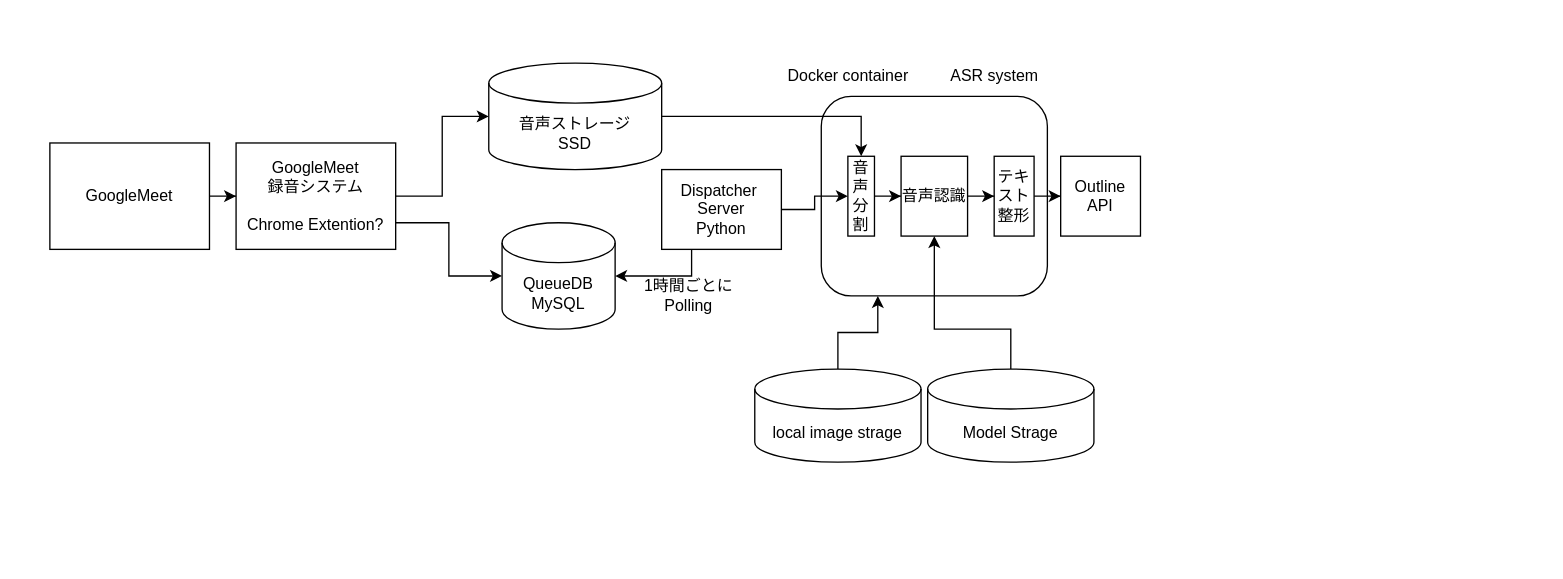
TUT-SLP-lab/semi_asr_system keeps this draw.io diagram as page "システム概要図" (1 of 3) of doc/ASRsystem.drawio. Above is the earlier version. Source tidied: cells renumbered, new cells numbered last; positions are measured from the earlier drawing's top-left corner, leaving out a move shared by most shapes. Both pictures are drawn from the tidied source at 133%, with x=0, y=0 at pixel (49, 63).
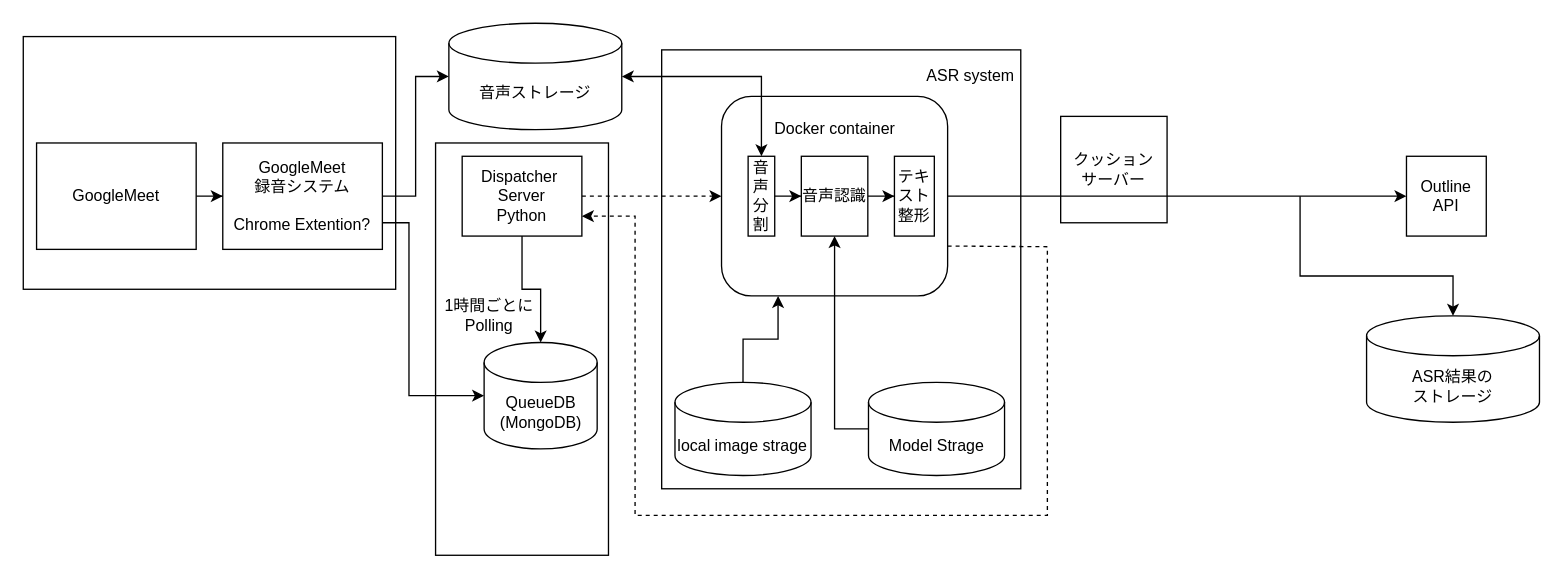
Above is the later version.

Diff of the diagram source:
```diff
@@
+    <mxCell id="28" style="rounded=0;whiteSpace=wrap;html=1;fillColor=none;" parent="1" vertex="1">
+      <mxGeometry x="290" y="60" width="130" height="310" as="geometry" />
+    </mxCell>
+    <mxCell id="29" style="group;" parent="1" vertex="1">
+      <mxGeometry x="460" y="-10" width="270" height="330" as="geometry" />
+    </mxCell>
+    <mxCell id="30" style="rounded=0;whiteSpace=wrap;html=1;fillColor=none;" parent="29" vertex="1">
+      <mxGeometry width="270" height="330" as="geometry" />
+    </mxCell>
+    <mxCell id="6" value="ASR system" style="text;html=1;align=center;verticalAlign=middle;strokeColor=none;fillColor=none;" parent="29" vertex="1">
+      <mxGeometry x="192.3" y="10" width="80" height="20" as="geometry" />
+    </mxCell>
+    <mxCell id="31" style="group;" parent="29" vertex="1">
+      <mxGeometry x="155.5" y="250" width="102.3" height="70" as="geometry" />
+    </mxCell>
+    <mxCell id="32" style="group;" parent="31" vertex="1">
+      <mxGeometry width="102.3" height="70" as="geometry" />
+    </mxCell>
+    <mxCell id="24" value="Model Strage" style="shape=cylinder3;whiteSpace=wrap;html=1;boundedLbl=1;backgroundOutline=1;size=15;" parent="32" vertex="1">
+      <mxGeometry width="102.3" height="70" as="geometry" />
+    </mxCell>
+    <mxCell id="33" style="group;" parent="29" vertex="1">
+      <mxGeometry x="10" y="250" width="102.3" height="70" as="geometry" />
+    </mxCell>
+    <mxCell id="18" value="local image strage" style="shape=cylinder3;whiteSpace=wrap;html=1;boundedLbl=1;backgroundOutline=1;size=15;" parent="33" vertex="1">
+      <mxGeometry width="102.3" height="70" as="geometry" />
+    </mxCell>
+    <mxCell id="34" style="edgeStyle=orthogonalEdgeStyle;rounded=0;jettySize=auto;html=1;entryX=0;entryY=0.5;entryDx=0;entryDy=0;dashed=1;" parent="1" edge="1" source="3" target="5">
+      <mxGeometry relative="1" as="geometry" />
+    </mxCell>
-    <mxCell id="2" style="edgeStyle=orthogonalEdgeStyle;rounded=0;jettySize=auto;html=1;exitX=0.25;exitY=1;exitDx=0;exitDy=0;entryX=1;entryY=0.5;entryDx=0;entryDy=0;entryPerimeter=0;" parent="1" edge="1" source="3" target="7">
+    <mxCell id="2" style="edgeStyle=orthogonalEdgeStyle;rounded=0;jettySize=auto;html=1;entryX=0.5;entryY=0;entryDx=0;entryDy=0;entryPerimeter=0;startArrow=none;startFill=0;" parent="1" edge="1" source="3" target="7">
       <mxGeometry relative="1" as="geometry" />
     </mxCell>
     <mxCell id="3" value="Dispatcher&amp;nbsp;&lt;br&gt;Server&lt;br&gt;Python" style="rounded=0;whiteSpace=wrap;html=1;" parent="1" vertex="1">
-      <mxGeometry x="460" y="80" width="90" height="60" as="geometry" />
+      <mxGeometry x="310" y="70" width="90" height="60" as="geometry" />
     </mxCell>
     <mxCell id="4" value="1時間ごとに&lt;br&gt;Polling" style="text;html=1;align=center;verticalAlign=middle;strokeColor=none;fillColor=none;" parent="1" vertex="1">
-      <mxGeometry x="440" y="160" width="80" height="30" as="geometry" />
+      <mxGeometry x="290" y="175" width="80" height="30" as="geometry" />
     </mxCell>
-    <mxCell id="5" style="rounded=1;whiteSpace=wrap;html=1;" parent="1" vertex="1">
-      <mxGeometry x="580" y="25" width="170" height="150" as="geometry" />
-    </mxCell>
-    <mxCell id="6" value="ASR system" style="text;html=1;align=center;verticalAlign=middle;strokeColor=none;fillColor=none;" parent="1" vertex="1">
-      <mxGeometry x="670" width="80" height="20" as="geometry" />
-    </mxCell>
-    <mxCell id="7" value="QueueDB&lt;br&gt;MySQL" style="shape=cylinder3;whiteSpace=wrap;html=1;boundedLbl=1;backgroundOutline=1;size=15;" parent="1" vertex="1">
-      <mxGeometry x="340" y="120" width="85" height="80" as="geometry" />
+    <mxCell id="7" value="QueueDB&lt;br&gt;(MongoDB)" style="shape=cylinder3;whiteSpace=wrap;html=1;boundedLbl=1;backgroundOutline=1;size=15;" parent="1" vertex="1">
+      <mxGeometry x="326.5" y="210" width="85" height="80" as="geometry" />
     </mxCell>
-    <mxCell id="8" style="edgeStyle=orthogonalEdgeStyle;rounded=0;jettySize=auto;html=1;exitX=1;exitY=0.5;exitDx=0;exitDy=0;exitPerimeter=0;entryX=0.5;entryY=0;entryDx=0;entryDy=0;" parent="1" edge="1" source="9" target="11">
-      <mxGeometry relative="1" as="geometry" />
-    </mxCell>
-    <mxCell id="9" value="音声ストレージ&lt;br&gt;SSD" style="shape=cylinder3;whiteSpace=wrap;html=1;boundedLbl=1;backgroundOutline=1;size=15;" parent="1" vertex="1">
-      <mxGeometry x="330" width="130" height="80" as="geometry" />
+    <mxCell id="9" value="音声ストレージ" style="shape=cylinder3;whiteSpace=wrap;html=1;boundedLbl=1;backgroundOutline=1;size=15;" parent="1" vertex="1">
+      <mxGeometry x="300" y="-30" width="130" height="80" as="geometry" />
     </mxCell>
-    <mxCell id="10" style="edgeStyle=orthogonalEdgeStyle;rounded=0;jettySize=auto;html=1;exitX=1;exitY=0.5;exitDx=0;exitDy=0;" parent="1" edge="1" source="11" target="15">
-      <mxGeometry relative="1" as="geometry" />
-    </mxCell>
-    <mxCell id="11" value="音声分割" style="rounded=0;whiteSpace=wrap;html=1;" parent="1" vertex="1">
-      <mxGeometry x="600" y="70" width="20" height="60" as="geometry" />
-    </mxCell>
-    <mxCell id="12" style="edgeStyle=orthogonalEdgeStyle;rounded=0;jettySize=auto;html=1;exitX=1;exitY=0.5;exitDx=0;exitDy=0;" parent="1" edge="1" source="13" target="19">
-      <mxGeometry relative="1" as="geometry" />
-    </mxCell>
-    <mxCell id="13" value="テキスト整形" style="rounded=0;whiteSpace=wrap;html=1;" parent="1" vertex="1">
-      <mxGeometry x="710" y="70" width="30" height="60" as="geometry" />
-    </mxCell>
-    <mxCell id="14" style="edgeStyle=orthogonalEdgeStyle;rounded=0;jettySize=auto;html=1;exitX=1;exitY=0.5;exitDx=0;exitDy=0;" parent="1" edge="1" source="15" target="13">
-      <mxGeometry relative="1" as="geometry" />
-    </mxCell>
-    <mxCell id="15" value="音声認識" style="rounded=0;whiteSpace=wrap;html=1;" parent="1" vertex="1">
-      <mxGeometry x="640" y="70" width="50" height="60" as="geometry" />
-    </mxCell>
-    <mxCell id="16" style="edgeStyle=orthogonalEdgeStyle;rounded=0;jettySize=auto;html=1;exitX=1;exitY=0.5;exitDx=0;exitDy=0;entryX=0;entryY=0.5;entryDx=0;entryDy=0;" parent="1" edge="1" source="3" target="11">
-      <mxGeometry relative="1" as="geometry" />
-    </mxCell>
-    <mxCell id="17" style="edgeStyle=orthogonalEdgeStyle;rounded=0;jettySize=auto;html=1;exitX=0.5;exitY=0;exitDx=0;exitDy=0;exitPerimeter=0;entryX=0.25;entryY=1;entryDx=0;entryDy=0;" parent="1" edge="1" source="18" target="5">
-      <mxGeometry relative="1" as="geometry" />
-    </mxCell>
-    <mxCell id="18" value="local image strage" style="shape=cylinder3;whiteSpace=wrap;html=1;boundedLbl=1;backgroundOutline=1;size=15;" parent="1" vertex="1">
-      <mxGeometry x="530" y="230" width="125" height="70" as="geometry" />
-    </mxCell>
     <mxCell id="19" value="Outline&lt;br&gt;API" style="rounded=0;whiteSpace=wrap;html=1;" parent="1" vertex="1">
-      <mxGeometry x="760" y="70" width="60" height="60" as="geometry" />
+      <mxGeometry x="1020" y="70" width="60" height="60" as="geometry" />
     </mxCell>
@@
     <mxCell id="21" style="edgeStyle=orthogonalEdgeStyle;rounded=0;jettySize=auto;html=1;exitX=1;exitY=0.75;exitDx=0;exitDy=0;entryX=0;entryY=0.5;entryDx=0;entryDy=0;entryPerimeter=0;" parent="1" edge="1" source="22" target="7">
-      <mxGeometry relative="1" as="geometry" />
+      <mxGeometry relative="1" as="geometry">
+        <Array as="points">
+          <mxPoint x="270" y="120" />
+          <mxPoint x="270" y="250" />
+        </Array>
+      </mxGeometry>
     </mxCell>
     <mxCell id="22" value="GoogleMeet&lt;br&gt;録音システム&lt;br&gt;&lt;br&gt;Chrome Extention?" style="whiteSpace=wrap;html=1;" parent="1" vertex="1">
-      <mxGeometry x="140" y="60" width="120" height="80" as="geometry" />
+      <mxGeometry x="130" y="60" width="120" height="80" as="geometry" />
     </mxCell>
-    <mxCell id="23" style="edgeStyle=orthogonalEdgeStyle;rounded=0;jettySize=auto;html=1;exitX=0.5;exitY=0;exitDx=0;exitDy=0;exitPerimeter=0;entryX=0.5;entryY=1;entryDx=0;entryDy=0;" parent="1" edge="1" source="24" target="15">
-      <mxGeometry relative="1" as="geometry">
-        <Array as="points">
-          <mxPoint x="723" y="200" />
-          <mxPoint x="665" y="200" />
-        </Array>
-      </mxGeometry>
-    </mxCell>
-    <mxCell id="24" value="Model Strage" style="shape=cylinder3;whiteSpace=wrap;html=1;boundedLbl=1;backgroundOutline=1;size=15;" parent="1" vertex="1">
-      <mxGeometry x="660" y="230" width="125" height="70" as="geometry" />
-    </mxCell>
-    <mxCell id="25" value="Docker container" style="text;html=1;align=center;verticalAlign=middle;strokeColor=none;fillColor=none;" parent="1" vertex="1">
-      <mxGeometry x="545" width="110" height="20" as="geometry" />
-    </mxCell>
@@
     <mxCell id="27" value="GoogleMeet" style="whiteSpace=wrap;html=1;" parent="1" vertex="1">
-      <mxGeometry y="60" width="120" height="80" as="geometry" />
+      <mxGeometry x="-10" y="60" width="120" height="80" as="geometry" />
     </mxCell>
+    <mxCell id="35" style="group;" parent="1" vertex="1">
+      <mxGeometry x="470" width="205" height="175" as="geometry" />
+    </mxCell>
+    <mxCell id="5" style="rounded=1;whiteSpace=wrap;html=1;" parent="35" vertex="1">
+      <mxGeometry x="35" y="25" width="170" height="150" as="geometry" />
+    </mxCell>
+    <mxCell id="25" value="Docker container" style="text;html=1;align=center;verticalAlign=middle;strokeColor=none;fillColor=none;" parent="35" vertex="1">
+      <mxGeometry x="65" y="40" width="110" height="20" as="geometry" />
+    </mxCell>
+    <mxCell id="36" style="group;" parent="35" vertex="1">
+      <mxGeometry x="55" y="70" width="140" height="60" as="geometry" />
+    </mxCell>
+    <mxCell id="11" value="音声分割" style="rounded=0;whiteSpace=wrap;html=1;" parent="36" vertex="1">
+      <mxGeometry width="20" height="60" as="geometry" />
+    </mxCell>
+    <mxCell id="13" value="テキスト整形" style="rounded=0;whiteSpace=wrap;html=1;" parent="36" vertex="1">
+      <mxGeometry x="110" width="30" height="60" as="geometry" />
+    </mxCell>
+    <mxCell id="14" style="edgeStyle=orthogonalEdgeStyle;rounded=0;jettySize=auto;html=1;exitX=1;exitY=0.5;exitDx=0;exitDy=0;" parent="36" edge="1" source="15" target="13">
+      <mxGeometry relative="1" as="geometry" />
+    </mxCell>
+    <mxCell id="15" value="音声認識" style="rounded=0;whiteSpace=wrap;html=1;" parent="36" vertex="1">
+      <mxGeometry x="40" width="50" height="60" as="geometry" />
+    </mxCell>
+    <mxCell id="10" style="edgeStyle=orthogonalEdgeStyle;rounded=0;jettySize=auto;html=1;exitX=1;exitY=0.5;exitDx=0;exitDy=0;" parent="36" edge="1" source="11" target="15">
+      <mxGeometry relative="1" as="geometry" />
+    </mxCell>
+    <mxCell id="37" style="edgeStyle=orthogonalEdgeStyle;rounded=0;jettySize=auto;html=1;exitX=1;exitY=0.5;exitDx=0;exitDy=0;startArrow=none;startFill=0;" parent="1" edge="1" source="5" target="19">
+      <mxGeometry relative="1" as="geometry" />
+    </mxCell>
+    <mxCell id="17" style="edgeStyle=orthogonalEdgeStyle;rounded=0;jettySize=auto;html=1;exitX=0.5;exitY=0;exitDx=0;exitDy=0;exitPerimeter=0;entryX=0.25;entryY=1;entryDx=0;entryDy=0;" parent="1" edge="1" source="18" target="5">
+      <mxGeometry relative="1" as="geometry" />
+    </mxCell>
+    <mxCell id="23" style="edgeStyle=orthogonalEdgeStyle;rounded=0;jettySize=auto;html=1;entryX=0.5;entryY=1;entryDx=0;entryDy=0;startArrow=none;startFill=0;" parent="1" edge="1" source="24" target="15">
+      <mxGeometry relative="1" as="geometry" />
+    </mxCell>
+    <mxCell id="38" style="rounded=0;whiteSpace=wrap;html=1;fillColor=none;" parent="1" vertex="1">
+      <mxGeometry x="-20" y="-20" width="280" height="190" as="geometry" />
+    </mxCell>
+    <mxCell id="39" style="endArrow=classic;html=1;rounded=0;exitX=1;exitY=0.75;exitDx=0;exitDy=0;entryX=1;entryY=0.75;entryDx=0;entryDy=0;dashed=1;" parent="1" edge="1" source="5" target="3">
+      <mxGeometry relative="1" as="geometry">
+        <Array as="points">
+          <mxPoint x="750" y="138" />
+          <mxPoint x="750" y="340" />
+          <mxPoint x="440" y="340" />
+          <mxPoint x="440" y="115" />
+        </Array>
+      </mxGeometry>
+    </mxCell>
+    <mxCell id="40" value="ASR結果の&lt;br&gt;ストレージ&lt;br&gt;" style="shape=cylinder3;whiteSpace=wrap;html=1;boundedLbl=1;backgroundOutline=1;size=15;" parent="1" vertex="1">
+      <mxGeometry x="990" y="190" width="130" height="80" as="geometry" />
+    </mxCell>
+    <mxCell id="41" style="endArrow=classic;html=1;rounded=0;entryX=0.5;entryY=0;entryDx=0;entryDy=0;entryPerimeter=0;" parent="1" edge="1" target="40">
+      <mxGeometry relative="1" as="geometry">
+        <mxPoint x="940" y="100" as="sourcePoint" />
+        <Array as="points">
+          <mxPoint x="940" y="160" />
+          <mxPoint x="1055" y="160" />
+        </Array>
+      </mxGeometry>
+    </mxCell>
+    <mxCell id="42" value="クッション&lt;br&gt;サーバー" style="whiteSpace=wrap;html=1;fillColor=none;" parent="1" vertex="1">
+      <mxGeometry x="760" y="40" width="80" height="80" as="geometry" />
+    </mxCell>
+    <mxCell id="43" style="edgeStyle=orthogonalEdgeStyle;rounded=0;jettySize=auto;html=1;exitX=0.5;exitY=0;exitDx=0;exitDy=0;entryX=1;entryY=0.5;entryDx=0;entryDy=0;entryPerimeter=0;startArrow=classic;startFill=1;" parent="1" edge="1" source="11" target="9">
+      <mxGeometry relative="1" as="geometry" />
+    </mxCell>
```
